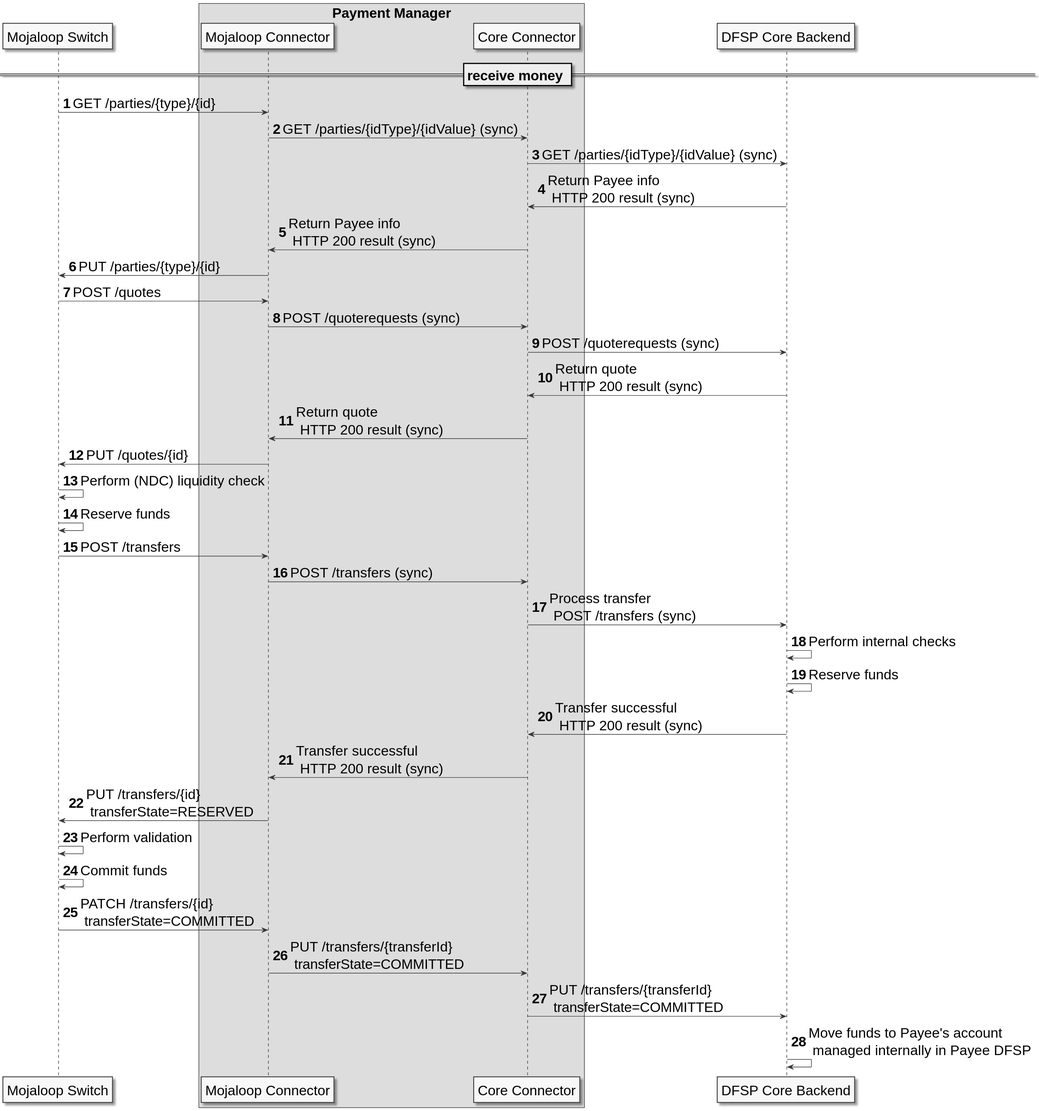
Before: modules/core_connector/images/PM4ML_transfer_flow_payee_happy_path.svg, a diagram exported from PlantUML (pm4ml/documents). The source it was exported from:
```plantuml
@startuml
autonumber
skinparam activityFontSize 4
skinparam activityDiamondFontSize 30
skinparam activityArrowFontSize 24
skinparam defaultFontSize 24
skinparam noteFontSize 24
skinparam monochrome true

participant "Mojaloop Switch" as sw

box Payment Manager
participant "Mojaloop Connector" as sib
participant "Core Connector" as cc
end box

participant "DFSP Core Backend" as backend


== receive money ==

    sw -> sib: GET /parties/{type}/{id}
    sib -> cc: GET /parties/{idType}/{idValue} (sync)
    cc -> backend: GET /parties/{idType}/{idValue} (sync)
    backend -> cc: Return Payee info \n HTTP 200 result (sync)
    cc -> sib: Return Payee info \n HTTP 200 result (sync)
    sib -> sw: PUT /parties/{type}/{id}
    sw -> sib: POST /quotes
    sib -> cc: POST /quoterequests (sync)
    cc -> backend: POST /quoterequests (sync)
    backend -> cc: Return quote \n HTTP 200 result (sync)
    cc -> sib: Return quote \n HTTP 200 result (sync)
    sib -> sw: PUT /quotes/{id}
    sw -> sw: Perform (NDC) liquidity check
    sw -> sw: Reserve funds
    sw -> sib: POST /transfers
    sib -> cc: POST /transfers (sync)
    cc -> backend: Process transfer \n POST /transfers (sync)
    backend -> backend: Perform internal checks
    backend -> backend: Reserve funds
    backend -> cc: Transfer successful \n HTTP 200 result (sync)
    cc -> sib: Transfer successful \n HTTP 200 result (sync)
    sib -> sw: PUT /transfers/{id} \n transferState=RESERVED
    sw -> sw: Perform validation
    sw -> sw: Commit funds
    sw -> sib: PATCH /transfers/{id} \n transferState=COMMITTED
    sib -> cc: PUT /transfers/{transferId} \n transferState=COMMITTED
    cc -> backend: PUT /transfers/{transferId} \n transferState=COMMITTED
    backend -> backend: Move funds to Payee's account \n managed internally in Payee DFSP

@enduml
```
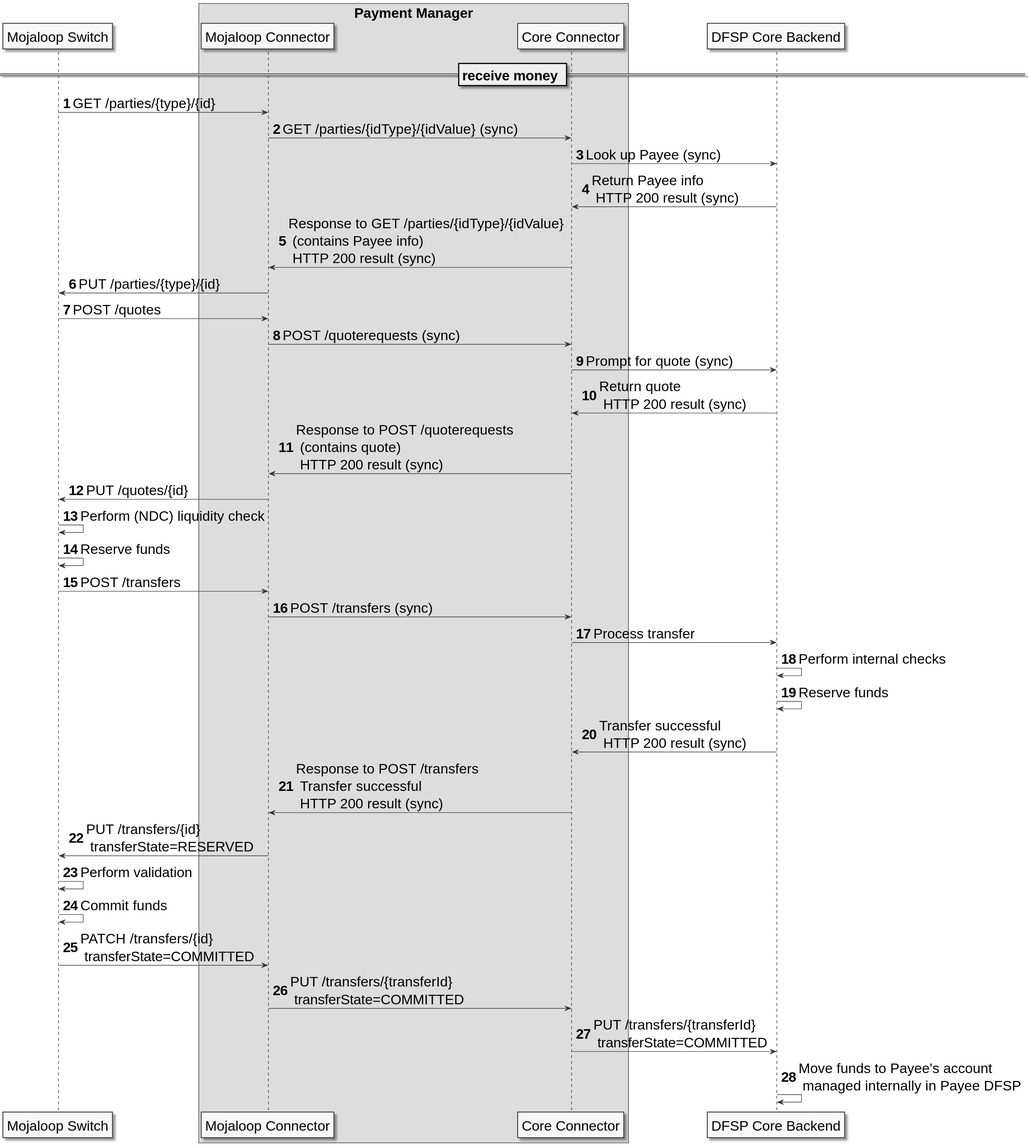
Above is the later version.

Diff of the diagram source:
```diff
@@ -21,25 +21,25 @@
 
     sw -> sib: GET /parties/{type}/{id}
     sib -> cc: GET /parties/{idType}/{idValue} (sync)
-    cc -> backend: GET /parties/{idType}/{idValue} (sync)
+    cc -> backend: Look up Payee (sync)
     backend -> cc: Return Payee info \n HTTP 200 result (sync)
-    cc -> sib: Return Payee info \n HTTP 200 result (sync)
+    cc -> sib: Response to GET /parties/{idType}/{idValue} \n (contains Payee info) \n HTTP 200 result (sync)
     sib -> sw: PUT /parties/{type}/{id}
     sw -> sib: POST /quotes
     sib -> cc: POST /quoterequests (sync)
-    cc -> backend: POST /quoterequests (sync)
+    cc -> backend: Prompt for quote (sync)
     backend -> cc: Return quote \n HTTP 200 result (sync)
-    cc -> sib: Return quote \n HTTP 200 result (sync)
+    cc -> sib: Response to POST /quoterequests \n (contains quote) \n HTTP 200 result (sync)
     sib -> sw: PUT /quotes/{id}
     sw -> sw: Perform (NDC) liquidity check
     sw -> sw: Reserve funds
     sw -> sib: POST /transfers
     sib -> cc: POST /transfers (sync)
-    cc -> backend: Process transfer \n POST /transfers (sync)
+    cc -> backend: Process transfer
     backend -> backend: Perform internal checks
     backend -> backend: Reserve funds
     backend -> cc: Transfer successful \n HTTP 200 result (sync)
-    cc -> sib: Transfer successful \n HTTP 200 result (sync)
+    cc -> sib: Response to POST /transfers \n Transfer successful \n HTTP 200 result (sync)
     sib -> sw: PUT /transfers/{id} \n transferState=RESERVED
     sw -> sw: Perform validation
     sw -> sw: Commit funds
```
